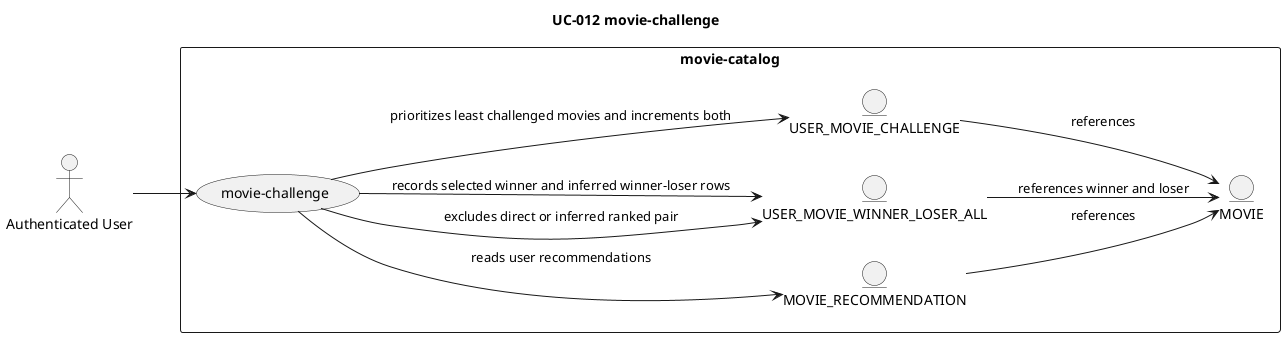
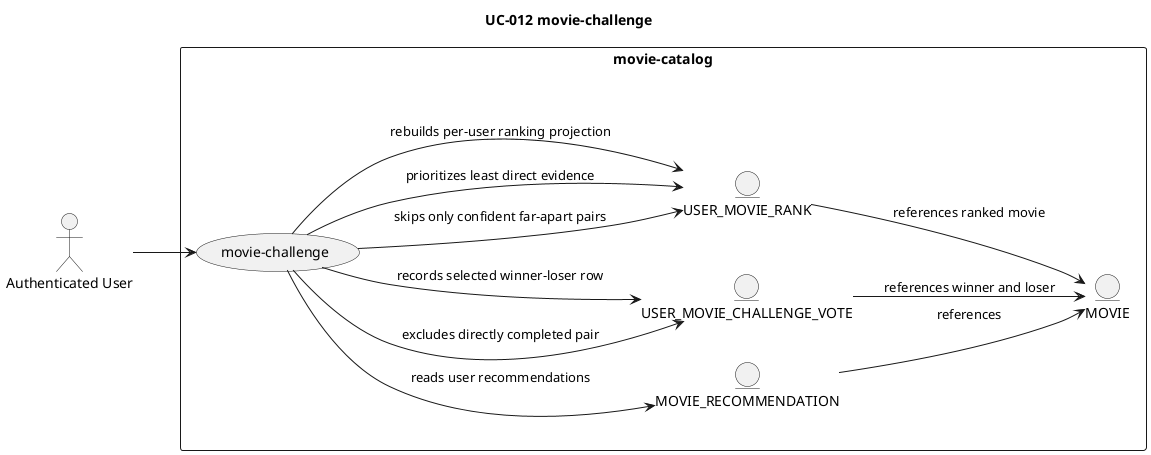
@startuml
title UC-012 movie-challenge
left to right direction

actor "Authenticated User" as user
rectangle "movie-catalog" {
    usecase "movie-challenge" as UC
    entity "MOVIE_RECOMMENDATION" as recommendation
-     entity "USER_MOVIE_WINNER_LOSER_ALL" as closureResult
-     entity "USER_MOVIE_CHALLENGE" as challengeCount
+     entity "USER_MOVIE_CHALLENGE_VOTE" as directVote
+     entity "USER_MOVIE_RANK" as rank
    entity "MOVIE" as movie
}

user --> UC
UC --> recommendation : reads user recommendations
- UC --> closureResult : excludes direct or inferred ranked pair
- UC --> closureResult : records selected winner and inferred winner-loser rows
- UC --> challengeCount : prioritizes least challenged movies and increments both
+ UC --> directVote : excludes directly completed pair
+ UC --> rank : skips only confident far-apart pairs
+ UC --> rank : prioritizes least direct evidence
+ UC --> directVote : records selected winner-loser row
+ UC --> rank : rebuilds per-user ranking projection
recommendation --> movie : references
- closureResult --> movie : references winner and loser
- challengeCount --> movie : references
+ directVote --> movie : references winner and loser
+ rank --> movie : references ranked movie
@enduml
